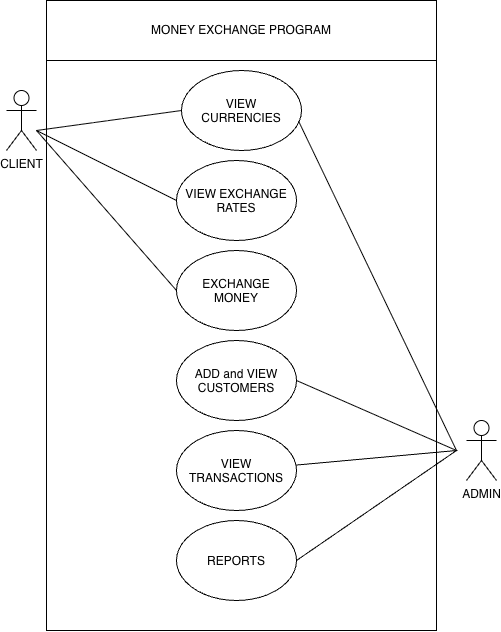
lyndonjugalbot-cpu/MSE800-Exercises_Lyndon keeps this draw.io diagram as Week4/Activity1/use case diagram.png. Above is the earlier version. Source tidied: cells renumbered, new cells last; positions are measured from the earlier drawing's top-left corner, leaving out a move shared by most shapes.
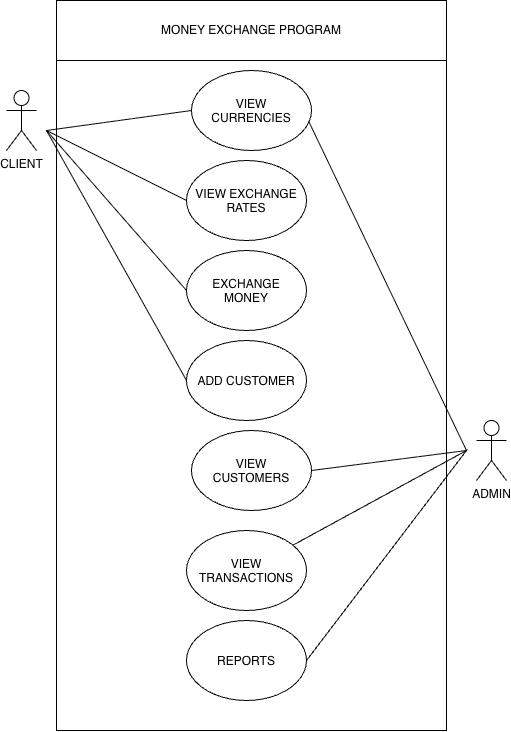
The same diagram one commit later.

What changed in the source:
```diff
@@ -2,8 +2,11 @@
   <root>
     <mxCell id="0" />
     <mxCell id="1" parent="0" />
+    <mxCell id="18" style="rounded=0;whiteSpace=wrap;html=1;rotation=-90;" parent="1" vertex="1">
+      <mxGeometry x="-100" y="200" width="670" height="390" as="geometry" />
+    </mxCell>
     <mxCell id="2" style="swimlane;startSize=0;" parent="1" vertex="1">
-      <mxGeometry x="40" y="60" width="390" height="570" as="geometry" />
+      <mxGeometry x="40" y="60" width="390" height="670" as="geometry" />
     </mxCell>
     <mxCell id="3" value="VIEW CURRENCIES&lt;div&gt;&lt;br/&gt;&lt;/div&gt;" style="ellipse;whiteSpace=wrap;html=1;shapeInside=1;" parent="2" vertex="1">
       <mxGeometry x="135" y="10" width="120" height="80" as="geometry" />
@@ -14,14 +17,14 @@
     <mxCell id="5" value="EXCHANGE MONEY" style="ellipse;whiteSpace=wrap;html=1;shapeInside=1;" parent="2" vertex="1">
       <mxGeometry x="130" y="190" width="120" height="80" as="geometry" />
     </mxCell>
-    <mxCell id="6" value="ADD and VIEW CUSTOMERS" style="ellipse;whiteSpace=wrap;html=1;shapeInside=1;" parent="2" vertex="1">
+    <mxCell id="6" value="ADD CUSTOMER&lt;div&gt;&lt;br/&gt;&lt;/div&gt;" style="ellipse;whiteSpace=wrap;html=1;shapeInside=1;" parent="2" vertex="1">
       <mxGeometry x="130" y="280" width="120" height="80" as="geometry" />
     </mxCell>
     <mxCell id="7" value="VIEW TRANSACTIONS" style="ellipse;whiteSpace=wrap;html=1;shapeInside=1;" parent="2" vertex="1">
-      <mxGeometry x="130" y="370" width="120" height="80" as="geometry" />
+      <mxGeometry x="130" y="470" width="120" height="80" as="geometry" />
     </mxCell>
     <mxCell id="8" value="REPORTS" style="ellipse;whiteSpace=wrap;html=1;shapeInside=1;" parent="2" vertex="1">
-      <mxGeometry x="130" y="460" width="120" height="80" as="geometry" />
+      <mxGeometry x="130" y="560" width="120" height="80" as="geometry" />
     </mxCell>
     <mxCell id="9" style="endArrow=none;html=1;rounded=0;exitX=1;exitY=0.5;exitDx=0;exitDy=0;" parent="2" edge="1" source="8" target="7">
       <mxGeometry relative="1" as="geometry">
@@ -53,16 +56,24 @@
         <mxPoint x="30" y="130" as="sourcePoint" />
       </mxGeometry>
     </mxCell>
-    <mxCell id="15" style="endArrow=none;html=1;rounded=0;exitX=1;exitY=0.5;exitDx=0;exitDy=0;" parent="1" edge="1" source="6">
+    <mxCell id="15" style="endArrow=none;html=1;rounded=0;exitX=1;exitY=0.5;exitDx=0;exitDy=0;" parent="1" edge="1" source="20">
       <mxGeometry relative="1" as="geometry">
         <mxPoint x="450" y="450" as="targetPoint" />
       </mxGeometry>
     </mxCell>
     <mxCell id="16" value="CLIENT" style="shape=umlActor;verticalLabelPosition=bottom;verticalAlign=top;html=1;" parent="1" vertex="1">
-      <mxGeometry y="90" width="30" height="60" as="geometry" />
+      <mxGeometry x="-10" y="90" width="30" height="60" as="geometry" />
     </mxCell>
     <mxCell id="17" value="ADMIN" style="shape=umlActor;verticalLabelPosition=bottom;verticalAlign=top;html=1;" parent="1" vertex="1">
       <mxGeometry x="460" y="420" width="30" height="60" as="geometry" />
     </mxCell>
+    <mxCell id="19" style="endArrow=none;html=1;rounded=0;entryX=0;entryY=0.5;entryDx=0;entryDy=0;" parent="1" edge="1" target="6">
+      <mxGeometry relative="1" as="geometry">
+        <mxPoint x="30" y="130" as="sourcePoint" />
+      </mxGeometry>
+    </mxCell>
+    <mxCell id="20" value="VIEW CUSTOMERS" style="ellipse;whiteSpace=wrap;html=1;shapeInside=1;" parent="1" vertex="1">
+      <mxGeometry x="175" y="430" width="120" height="80" as="geometry" />
+    </mxCell>
   </root>
 </mxGraphModel>
```
